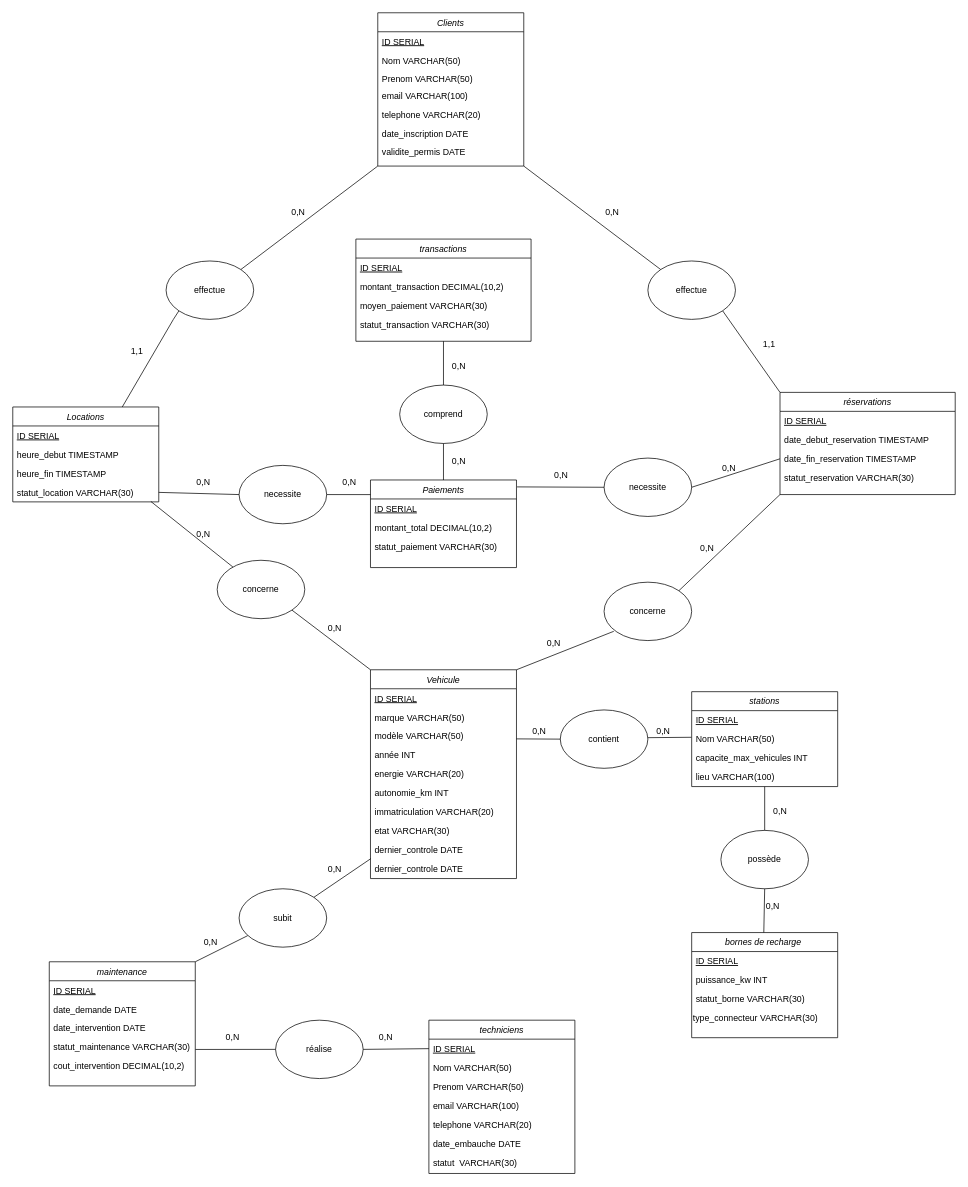
Before: MCD.drawio in Thomrib1/Projet_SQL_B2, a draw.io diagram. Source tidied: cells renumbered, new cells numbered last; positions are measured from the earlier drawing's top-left corner, leaving out a move shared by most shapes. Both pictures are drawn from the tidied source at 73%, with x=0, y=0 at pixel (12, 12).
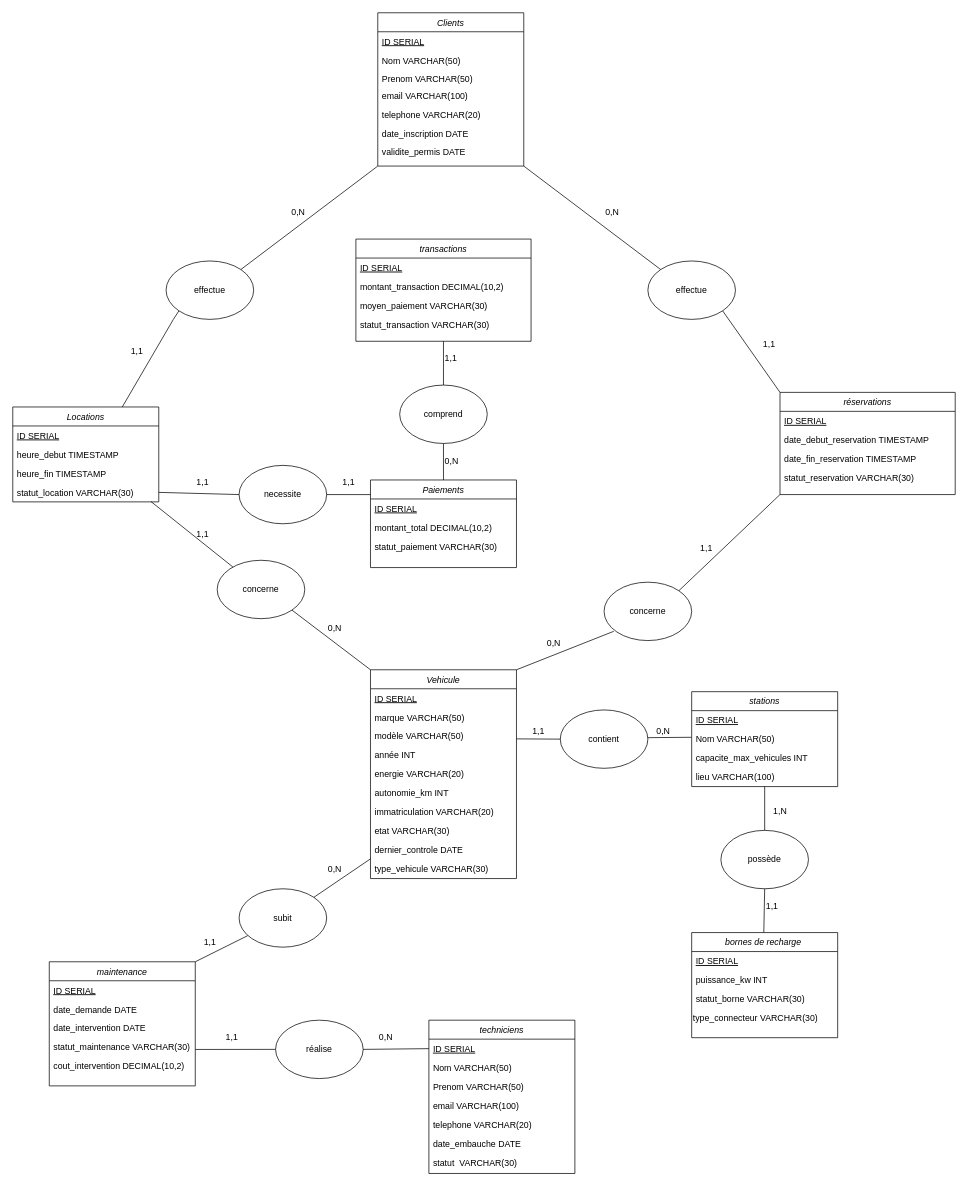
After the change.

Commit message:
MCD complet a verifier ensembl

Unchanged cells that the change refers to:
```xml
<mxCell id="2" value="Vehicule" style="swimlane;fontStyle=2;align=center;verticalAlign=top;horizontal=1;startSize=26;rounded=0;shadow=0;strokeWidth=1;" parent="1" vertex="1">
  <mxGeometry x="490" y="900" width="200" height="286" as="geometry" />
</mxCell>
<mxCell id="48" value="date_fin_reservation TIMESTAMP" style="text;align=left;verticalAlign=top;spacingLeft=4;spacingRight=4;overflow=hidden;points=[[0,0.5],[1,0.5]];portConstraint=eastwest;rounded=0;shadow=0;html=0;" parent="45" vertex="1">
  <mxGeometry y="78" width="240" height="26" as="geometry" />
</mxCell>
<mxCell id="50" value=" Paiements" style="swimlane;fontStyle=2;align=center;verticalAlign=top;horizontal=1;startSize=26;rounded=0;shadow=0;strokeWidth=1;" parent="1" vertex="1">
  <mxGeometry x="490" y="640" width="200" height="120" as="geometry" />
</mxCell>
```

The edit, as a diff of the source:
```diff
@@
-    <mxCell id="12" value="dernier_controle DATE" style="text;align=left;verticalAlign=top;spacingLeft=4;spacingRight=4;overflow=hidden;rounded=0;shadow=0;html=0;" parent="2" vertex="1">
+    <mxCell id="12" value="type_vehicule VARCHAR(30)" style="text;align=left;verticalAlign=top;spacingLeft=4;spacingRight=4;overflow=hidden;rounded=0;shadow=0;html=0;" parent="2" vertex="1">
       <mxGeometry y="260" width="200" height="26" as="geometry" />
     </mxCell>
@@
-    <mxCell id="74" value="&lt;span style=&quot;text-align: left;&quot;&gt;necessite&lt;/span&gt;" style="ellipse;whiteSpace=wrap;html=1;" parent="1" vertex="1">
-      <mxGeometry x="810" y="610" width="120" height="80" as="geometry" />
-    </mxCell>
@@
-    <mxCell id="79" style="endArrow=none;html=1;rounded=0;exitX=1;exitY=0.5;exitDx=0;exitDy=0;entryX=0;entryY=0.5;entryDx=0;entryDy=0;" parent="1" edge="1" source="74" target="48">
-      <mxGeometry relative="1" as="geometry" />
-    </mxCell>
-    <mxCell id="80" style="endArrow=none;html=1;rounded=0;exitX=1.004;exitY=0.079;exitDx=0;exitDy=0;entryX=0;entryY=0.5;entryDx=0;entryDy=0;exitPerimeter=0;" parent="1" edge="1" source="50" target="74">
-      <mxGeometry relative="1" as="geometry" />
-    </mxCell>
@@
     <mxCell id="101" value="0,N" style="text;whiteSpace=wrap;html=1;" parent="1" vertex="1">
-      <mxGeometry x="600" y="470" width="50" height="40" as="geometry" />
+      <mxGeometry x="590" y="600" width="50" height="40" as="geometry" />
     </mxCell>
-    <mxCell id="102" value="0,N" style="text;whiteSpace=wrap;html=1;" parent="1" vertex="1">
-      <mxGeometry x="600" y="600" width="50" height="40" as="geometry" />
+    <mxCell id="102" value="1,1" style="text;whiteSpace=wrap;html=1;" parent="1" vertex="1">
+      <mxGeometry x="590" y="460" width="50" height="40" as="geometry" />
     </mxCell>
-    <mxCell id="103" value="0,N" style="text;whiteSpace=wrap;html=1;" parent="1" vertex="1">
-      <mxGeometry x="740" y="620" width="50" height="40" as="geometry" />
-    </mxCell>
-    <mxCell id="104" value="0,N" style="text;whiteSpace=wrap;html=1;" parent="1" vertex="1">
-      <mxGeometry x="970" y="610" width="50" height="40" as="geometry" />
-    </mxCell>
-    <mxCell id="105" value="0,N" style="text;whiteSpace=wrap;html=1;" parent="1" vertex="1">
+    <mxCell id="105" value="1,1" style="text;whiteSpace=wrap;html=1;" parent="1" vertex="1">
       <mxGeometry x="940" y="720" width="50" height="40" as="geometry" />
     </mxCell>
@@
-    <mxCell id="108" value="0,N" style="text;whiteSpace=wrap;html=1;" parent="1" vertex="1">
+    <mxCell id="108" value="1,1" style="text;whiteSpace=wrap;html=1;" parent="1" vertex="1">
       <mxGeometry x="250" y="700" width="50" height="40" as="geometry" />
     </mxCell>
-    <mxCell id="109" value="0,N" style="text;whiteSpace=wrap;html=1;" parent="1" vertex="1">
+    <mxCell id="109" value="1,1" style="text;whiteSpace=wrap;html=1;" parent="1" vertex="1">
       <mxGeometry x="250" y="630" width="50" height="40" as="geometry" />
     </mxCell>
-    <mxCell id="110" value="0,N" style="text;whiteSpace=wrap;html=1;" parent="1" vertex="1">
+    <mxCell id="110" value="1,1" style="text;whiteSpace=wrap;html=1;" parent="1" vertex="1">
       <mxGeometry x="450" y="630" width="50" height="40" as="geometry" />
     </mxCell>
-    <mxCell id="111" value="0,N" style="text;whiteSpace=wrap;html=1;" parent="1" vertex="1">
+    <mxCell id="111" value="1,1" style="text;whiteSpace=wrap;html=1;" parent="1" vertex="1">
       <mxGeometry x="710" y="970" width="50" height="40" as="geometry" />
     </mxCell>
@@
-    <mxCell id="113" value="0,N" style="text;whiteSpace=wrap;html=1;" parent="1" vertex="1">
+    <mxCell id="113" value="1,N" style="text;whiteSpace=wrap;html=1;" parent="1" vertex="1">
       <mxGeometry x="1040" y="1080" width="50" height="40" as="geometry" />
     </mxCell>
-    <mxCell id="114" value="0,N" style="text;whiteSpace=wrap;html=1;" parent="1" vertex="1">
+    <mxCell id="114" value="1,1" style="text;whiteSpace=wrap;html=1;" parent="1" vertex="1">
       <mxGeometry x="1030" y="1210" width="50" height="40" as="geometry" />
     </mxCell>
@@
-    <mxCell id="116" value="0,N" style="text;whiteSpace=wrap;html=1;" parent="1" vertex="1">
+    <mxCell id="116" value="1,1" style="text;whiteSpace=wrap;html=1;" parent="1" vertex="1">
       <mxGeometry x="290" y="1390" width="50" height="40" as="geometry" />
     </mxCell>
-    <mxCell id="117" value="0,N" style="text;whiteSpace=wrap;html=1;" parent="1" vertex="1">
+    <mxCell id="117" value="1,1" style="text;whiteSpace=wrap;html=1;" parent="1" vertex="1">
       <mxGeometry x="260" y="1260" width="50" height="40" as="geometry" />
     </mxCell>
```
